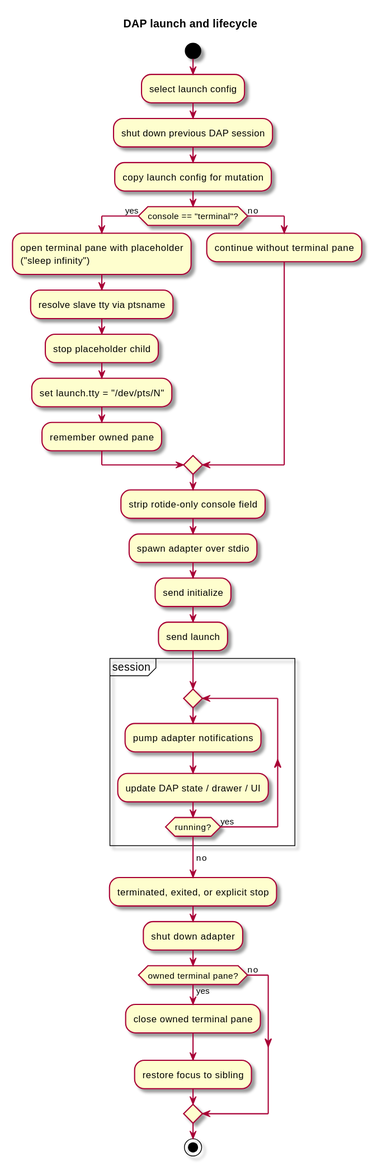
kokkoniemi/rotide keeps this PlantUML diagram as docs/diagrams/svg/dap-flow.svg. Above is the earlier version. Its source is kept beside it as docs/diagrams/src/dap-flow.puml.
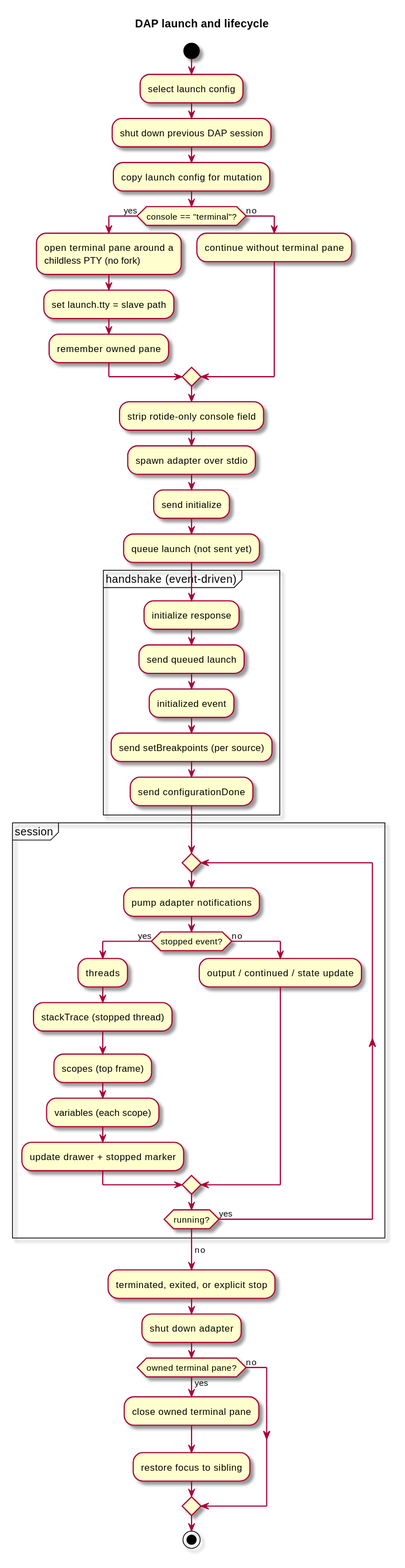
The same diagram one commit later.

Change to the diagram source:
```diff
@@ -8,11 +8,9 @@
 :shut down previous DAP session;
 :copy launch config for mutation;
 if (console == "terminal"?) then (yes)
-  :open terminal pane with placeholder
-  ("sleep infinity");
-  :resolve slave tty via ptsname;
-  :stop placeholder child;
-  :set launch.tty = "/dev/pts/N";
+  :open terminal pane around a
+  childless PTY (no fork);
+  :set launch.tty = slave path;
   :remember owned pane;
 else (no)
   :continue without terminal pane;
@@ -20,12 +18,28 @@
 :strip rotide-only console field;
 :spawn adapter over stdio;
 :send initialize;
-:send launch;
+:queue launch (not sent yet);
+
+partition "handshake (event-driven)" {
+  :initialize response;
+  :send queued launch;
+  :initialized event;
+  :send setBreakpoints (per source);
+  :send configurationDone;
+}
 
 partition "session" {
   repeat
     :pump adapter notifications;
-    :update DAP state / drawer / UI;
+    if (stopped event?) then (yes)
+      :threads;
+      :stackTrace (stopped thread);
+      :scopes (top frame);
+      :variables (each scope);
+      :update drawer + stopped marker;
+    else (no)
+      :output / continued / state update;
+    endif
   repeat while (running?) is (yes)
   ->no;
 }
```
